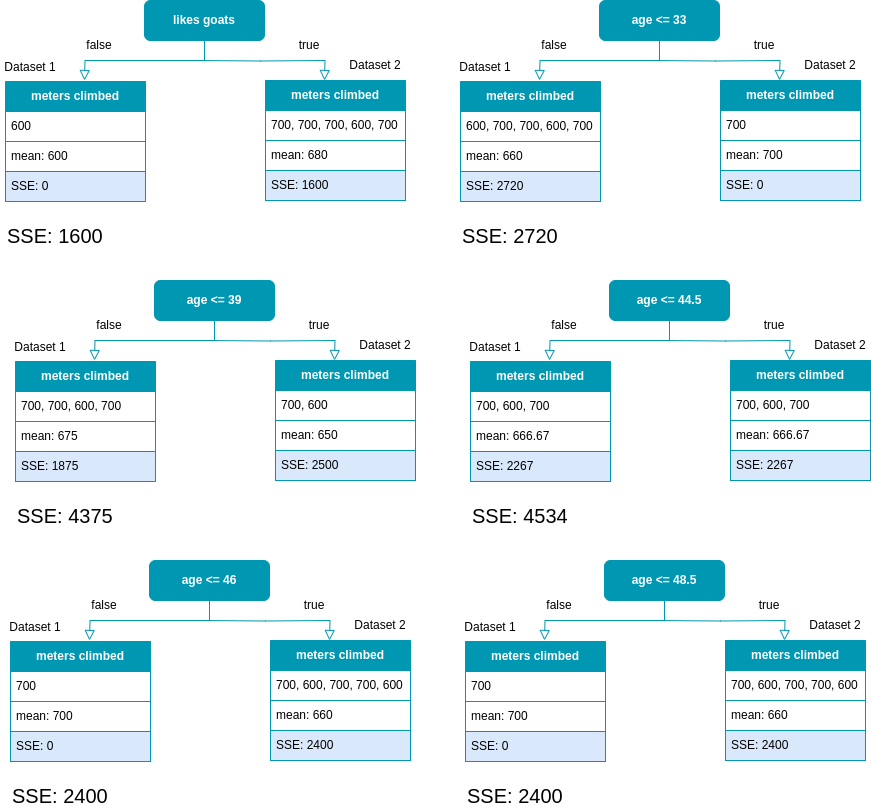
Before: static/images/decision_tree/dt_regression_second_split_right.drawio.png, a diagram exported from draw.io (froukje/datamapu). Source tidied: cells renumbered, new cells last; positions are measured from the earlier drawing's top-left corner, leaving out a move shared by most shapes.
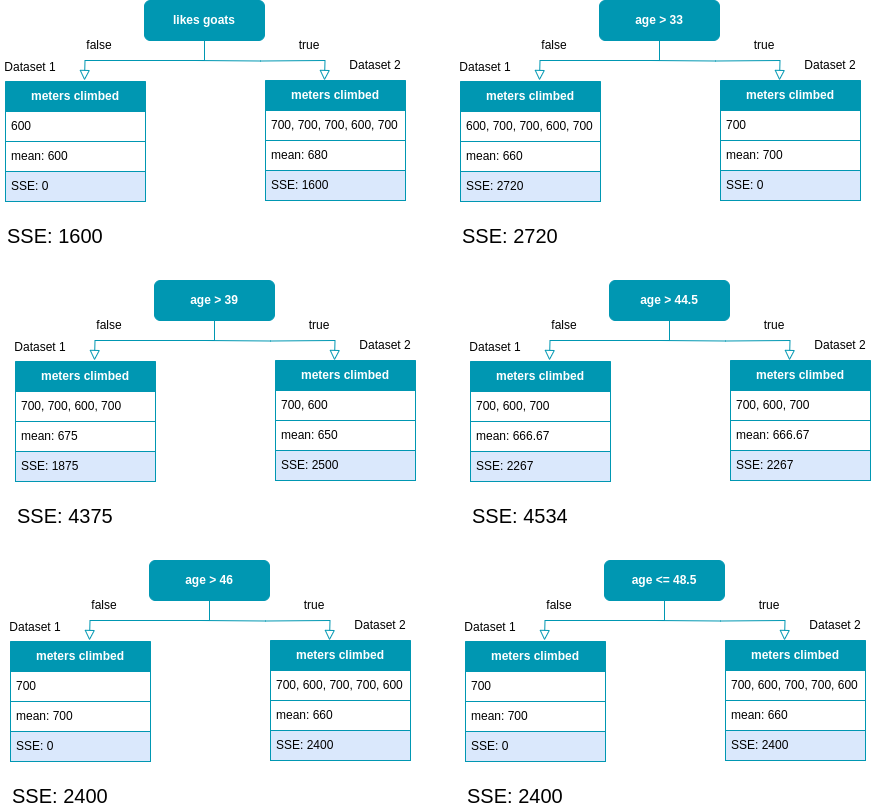
Above is the later version.

Change to the diagram source:
```diff
@@ -60,7 +60,7 @@
         <mxPoint x="539" y="80" as="targetPoint" />
       </mxGeometry>
     </mxCell>
-    <mxCell id="19" value="&lt;font color=&quot;#ffffff&quot;&gt;&lt;b&gt;age &amp;lt;= 33&lt;/b&gt;&lt;/font&gt;" style="rounded=1;whiteSpace=wrap;html=1;fontSize=12;glass=0;strokeWidth=1;shadow=0;fillColor=#0097B2;strokeColor=#0097B2;" parent="1" vertex="1">
+    <mxCell id="19" value="&lt;font color=&quot;#ffffff&quot;&gt;&lt;b&gt;age &amp;gt; 33&lt;/b&gt;&lt;/font&gt;" style="rounded=1;whiteSpace=wrap;html=1;fontSize=12;glass=0;strokeWidth=1;shadow=0;fillColor=#0097B2;strokeColor=#0097B2;" parent="1" vertex="1">
       <mxGeometry x="599" width="120" height="40" as="geometry" />
     </mxCell>
     <mxCell id="20" value="&lt;font color=&quot;#ffffff&quot;&gt;&lt;b&gt;meters climbed&lt;/b&gt;&lt;/font&gt;" style="swimlane;fontStyle=0;horizontal=1;startSize=30;whiteSpace=wrap;html=1;fillColor=#0097B2;strokeColor=#0097B2;" parent="1" vertex="1">
@@ -113,7 +113,7 @@
         <mxPoint x="94" y="360" as="targetPoint" />
       </mxGeometry>
     </mxCell>
-    <mxCell id="35" value="&lt;font color=&quot;#ffffff&quot;&gt;&lt;b&gt;age &amp;lt;= 39&lt;/b&gt;&lt;/font&gt;" style="rounded=1;whiteSpace=wrap;html=1;fontSize=12;glass=0;strokeWidth=1;shadow=0;fillColor=#0097B2;strokeColor=#0097B2;" parent="1" vertex="1">
+    <mxCell id="35" value="&lt;font color=&quot;#ffffff&quot;&gt;&lt;b&gt;age &amp;gt; 39&lt;/b&gt;&lt;/font&gt;" style="rounded=1;whiteSpace=wrap;html=1;fontSize=12;glass=0;strokeWidth=1;shadow=0;fillColor=#0097B2;strokeColor=#0097B2;" parent="1" vertex="1">
       <mxGeometry x="154" y="280" width="120" height="40" as="geometry" />
     </mxCell>
     <mxCell id="36" value="&lt;font color=&quot;#ffffff&quot;&gt;&lt;b&gt;meters climbed&lt;/b&gt;&lt;/font&gt;" style="swimlane;fontStyle=0;horizontal=1;startSize=30;whiteSpace=wrap;html=1;fillColor=#0097B2;strokeColor=#0097B2;" parent="1" vertex="1">
@@ -166,7 +166,7 @@
         <mxPoint x="549" y="360" as="targetPoint" />
       </mxGeometry>
     </mxCell>
-    <mxCell id="51" value="&lt;font color=&quot;#ffffff&quot;&gt;&lt;b&gt;age &amp;lt;= 44.5&lt;/b&gt;&lt;/font&gt;" style="rounded=1;whiteSpace=wrap;html=1;fontSize=12;glass=0;strokeWidth=1;shadow=0;fillColor=#0097B2;strokeColor=#0097B2;" parent="1" vertex="1">
+    <mxCell id="51" value="&lt;font color=&quot;#ffffff&quot;&gt;&lt;b&gt;age &amp;gt; 44.5&lt;/b&gt;&lt;/font&gt;" style="rounded=1;whiteSpace=wrap;html=1;fontSize=12;glass=0;strokeWidth=1;shadow=0;fillColor=#0097B2;strokeColor=#0097B2;" parent="1" vertex="1">
       <mxGeometry x="609" y="280" width="120" height="40" as="geometry" />
     </mxCell>
     <mxCell id="52" value="&lt;font color=&quot;#ffffff&quot;&gt;&lt;b&gt;meters climbed&lt;/b&gt;&lt;/font&gt;" style="swimlane;fontStyle=0;horizontal=1;startSize=30;whiteSpace=wrap;html=1;fillColor=#0097B2;strokeColor=#0097B2;" parent="1" vertex="1">
@@ -219,7 +219,7 @@
         <mxPoint x="89" y="640" as="targetPoint" />
       </mxGeometry>
     </mxCell>
-    <mxCell id="67" value="&lt;font color=&quot;#ffffff&quot;&gt;&lt;b&gt;age &amp;lt;= 46&lt;/b&gt;&lt;/font&gt;" style="rounded=1;whiteSpace=wrap;html=1;fontSize=12;glass=0;strokeWidth=1;shadow=0;fillColor=#0097B2;strokeColor=#0097B2;" parent="1" vertex="1">
+    <mxCell id="67" value="&lt;font color=&quot;#ffffff&quot;&gt;&lt;b&gt;age &amp;gt; 46&lt;/b&gt;&lt;/font&gt;" style="rounded=1;whiteSpace=wrap;html=1;fontSize=12;glass=0;strokeWidth=1;shadow=0;fillColor=#0097B2;strokeColor=#0097B2;" parent="1" vertex="1">
       <mxGeometry x="149" y="560" width="120" height="40" as="geometry" />
     </mxCell>
     <mxCell id="68" value="&lt;font color=&quot;#ffffff&quot;&gt;&lt;b&gt;meters climbed&lt;/b&gt;&lt;/font&gt;" style="swimlane;fontStyle=0;horizontal=1;startSize=30;whiteSpace=wrap;html=1;fillColor=#0097B2;strokeColor=#0097B2;" parent="1" vertex="1">
```
